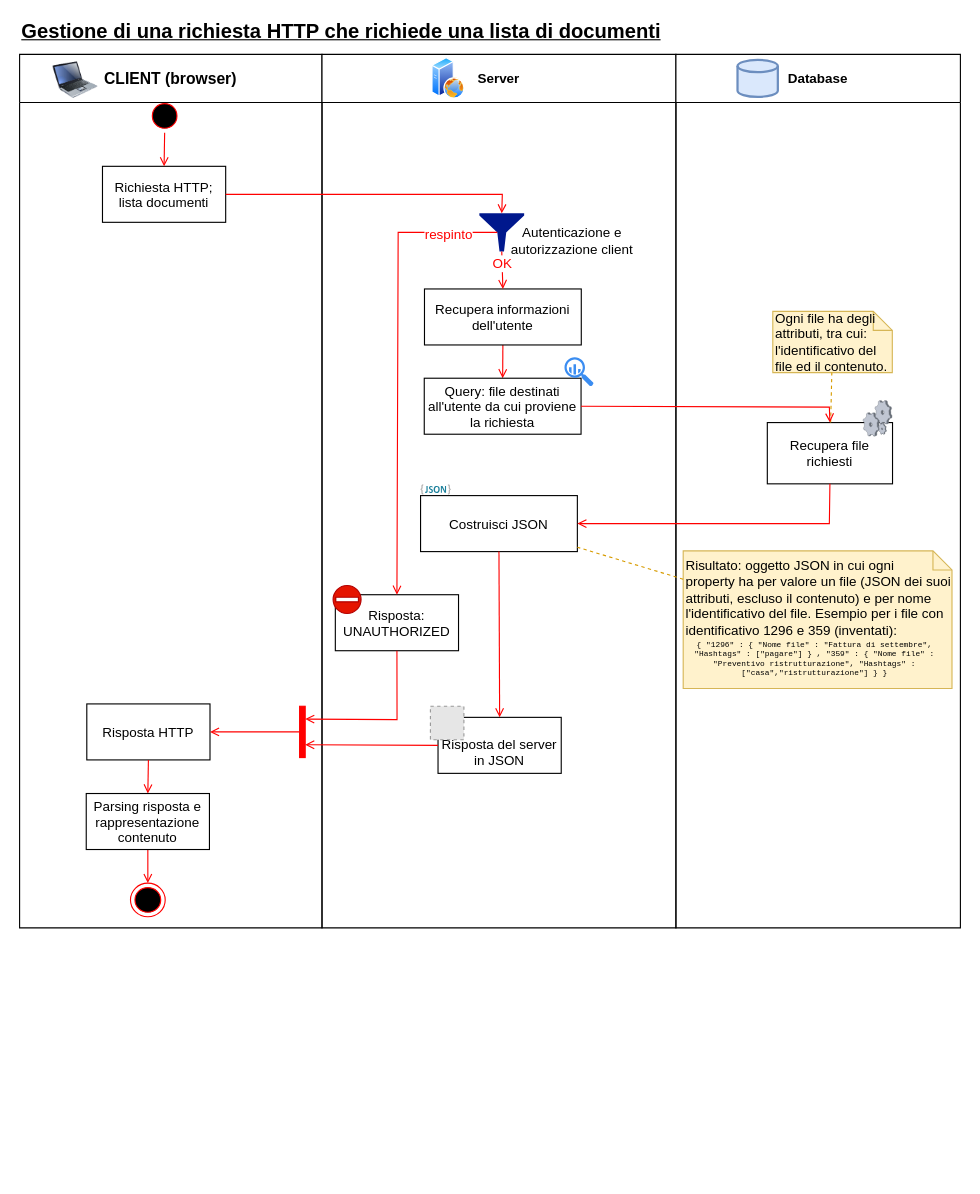
The draw.io diagram algoritmi schemi e note progettuali/algoritmi/RichiestaListaDocumenti.drawio in matteoferfoglia/progetto-progrweb-2020, before the edit. Source tidied: cells renumbered, new cells numbered last; positions are measured from the earlier drawing's top-left corner, leaving out a move shared by most shapes. Both pictures are drawn from the tidied source at 112%, with x=0, y=0 at pixel (19, 20). Pictures stored in the file or linked from it are replaced by grey dashed boxes.
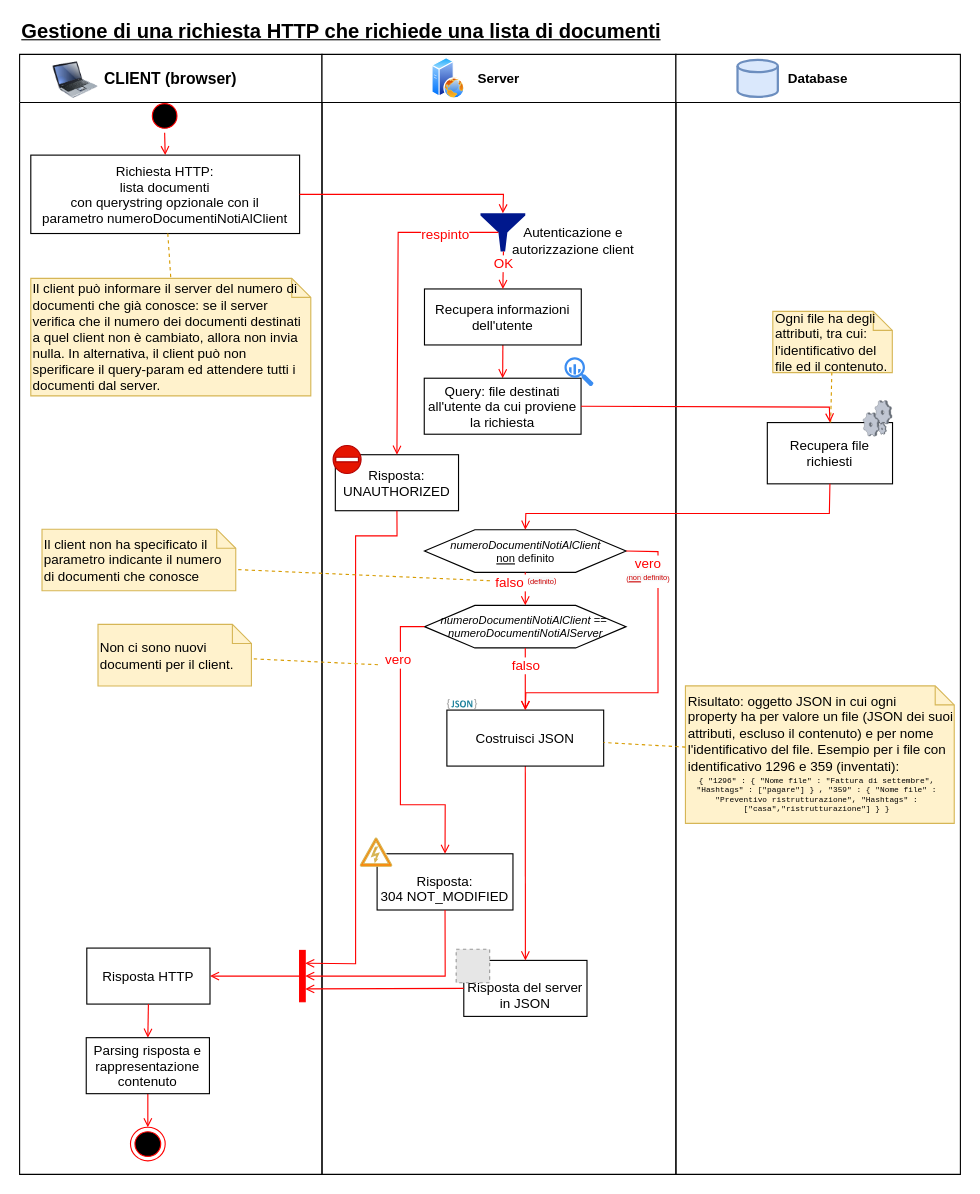
The same page after the edit.

Commit message (it also covers changes not shown here):
Ora l'algoritmo evita di inviare dei documenti se il client afferma di conoscerli già.

The change refers to these unchanged cells:
```xml
<mxCell id="23" style="shadow=0;dashed=0;html=1;strokeColor=none;labelPosition=center;verticalLabelPosition=bottom;verticalAlign=top;align=center;fillColor=#00188D;shape=mxgraph.mscae.enterprise.filter;fontSize=14;" parent="22" vertex="1">
  <mxGeometry width="40" height="34" as="geometry" />
</mxCell>
<mxCell id="29" value="Recupera informazioni&#10;dell'utente" parent="20" vertex="1">
  <mxGeometry x="91.5" y="209.5" width="140" height="50" as="geometry" />
</mxCell>
<mxCell id="36" value="Risposta:&#10;UNAUTHORIZED" parent="35" vertex="1">
  <mxGeometry x="2" y="8.2" width="110" height="50" as="geometry" />
</mxCell>
<mxCell id="42" style="edgeStyle=none;strokeColor=#FF0000;endArrow=open;endFill=1;rounded=0;exitX=0.4;exitY=0.5;exitDx=0;exitDy=0;exitPerimeter=0;entryX=0.5;entryY=0;entryDx=0;entryDy=0;" parent="20" edge="1" source="23" target="36">
  <mxGeometry relative="1" as="geometry">
    <Array as="points">
      <mxPoint x="68" y="159" />
    </Array>
  </mxGeometry>
</mxCell>
<mxCell id="49" value="Recupera file&#10;richiesti" parent="48" vertex="1">
  <mxGeometry x="0.5" y="19.8" width="111.8" height="54.7" as="geometry" />
</mxCell>
<mxCell id="54" value="Risultato: oggetto JSON in cui ogni&#10;property ha per valore un file (JSON dei suoi attributi, escluso il contenuto) e per nome l'identificativo del file. Esempio per i file con identificativo 1296 e 359 (inventati):" style="shape=note;whiteSpace=wrap;size=17;align=left;fillColor=#fff2cc;strokeColor=#d6b656;verticalAlign=top;" parent="53" vertex="1">
  <mxGeometry width="240" height="122.8" as="geometry" />
</mxCell>
```

What changed in the source:
```diff
@@
     <mxCell id="3" style="group;" parent="1" vertex="1">
-      <mxGeometry y="30" width="280" height="780" as="geometry" />
+      <mxGeometry y="30" width="280" height="1000" as="geometry" />
     </mxCell>
     <mxCell id="4" style="group;" parent="3" vertex="1">
-      <mxGeometry width="270" height="780" as="geometry" />
+      <mxGeometry width="270" height="1000" as="geometry" />
     </mxCell>
     <mxCell id="5" style="group;" parent="4" vertex="1">
-      <mxGeometry width="270" height="780" as="geometry" />
+      <mxGeometry width="270" height="1000" as="geometry" />
     </mxCell>
     <mxCell id="6" value="CLIENT (browser)" style="swimlane;whiteSpace=wrap;startSize=43;fontSize=14;" parent="5" vertex="1">
-      <mxGeometry width="270" height="780" as="geometry" />
+      <mxGeometry width="270" height="1000" as="geometry" />
     </mxCell>
@@
-    <mxCell id="8" value="Richiesta HTTP;&#10;lista documenti" parent="6" vertex="1">
-      <mxGeometry x="74" y="100" width="110" height="50" as="geometry" />
+    <mxCell id="8" value="Richiesta HTTP:&#10;lista documenti&#10;con querystring opzionale con il&#10;parametro numeroDocumentiNotiAlClient" parent="6" vertex="1">
+      <mxGeometry x="10" y="90" width="240" height="70" as="geometry" />
     </mxCell>
     <mxCell id="9" style="ellipse;shape=endState;fillColor=#000000;strokeColor=#ff0000;" parent="6" vertex="1">
-      <mxGeometry x="99" y="740" width="31" height="30" as="geometry" />
+      <mxGeometry x="99" y="958" width="31" height="30" as="geometry" />
     </mxCell>
     <mxCell id="10" style="whiteSpace=wrap;strokeColor=#FF0000;fillColor=#FF0000;direction=west;" parent="6" vertex="1">
-      <mxGeometry x="250" y="582.1" width="5" height="45.8" as="geometry" />
+      <mxGeometry x="250" y="800.1" width="5" height="45.8" as="geometry" />
     </mxCell>
@@
     <mxCell id="12" value="Risposta HTTP" parent="6" vertex="1">
-      <mxGeometry x="60" y="580" width="110" height="50" as="geometry" />
+      <mxGeometry x="60" y="798" width="110" height="50" as="geometry" />
     </mxCell>
@@
     <mxCell id="17" value="Parsing risposta e&#10;rappresentazione&#10;contenuto" parent="6" vertex="1">
-      <mxGeometry x="59.5" y="660" width="110" height="50" as="geometry" />
+      <mxGeometry x="59.5" y="878" width="110" height="50" as="geometry" />
     </mxCell>
+    <mxCell id="62" value="Il client può informare il server del numero di documenti che già conosce: se il server verifica che il numero dei documenti destinati a quel client non è cambiato, allora non invia nulla. In alternativa, il client può non sperificare il query-param ed attendere tutti i documenti dal server." style="shape=note;whiteSpace=wrap;size=17;align=left;fillColor=#fff2cc;strokeColor=#d6b656;" parent="6" vertex="1">
+      <mxGeometry x="10" y="200" width="250" height="105" as="geometry" />
+    </mxCell>
+    <mxCell id="63" style="endArrow=none;strokeColor=#d79b00;endFill=0;rounded=0;dashed=1;fillColor=#ffe6cc;fontStyle=1;entryX=0.5;entryY=0;entryDx=0;entryDy=0;entryPerimeter=0;" parent="6" edge="1" source="8" target="62">
+      <mxGeometry relative="1" as="geometry" />
+    </mxCell>
+    <mxCell id="64" value="Non ci sono nuovi documenti per il client." style="shape=note;whiteSpace=wrap;size=17;align=left;fillColor=#fff2cc;strokeColor=#d6b656;" parent="6" vertex="1">
+      <mxGeometry x="70" y="509" width="137" height="55" as="geometry" />
+    </mxCell>
+    <mxCell id="65" value="Il client non ha specificato il parametro indicante il numero di documenti che conosce" style="shape=note;whiteSpace=wrap;size=17;align=left;fillColor=#fff2cc;strokeColor=#d6b656;" parent="6" vertex="1">
+      <mxGeometry x="20" y="424" width="173" height="55" as="geometry" />
+    </mxCell>
     <mxCell id="18" style="group;" parent="1" vertex="1">
-      <mxGeometry x="270" y="30" width="570" height="781" as="geometry" />
+      <mxGeometry x="270" y="30" width="570" height="1000" as="geometry" />
     </mxCell>
     <mxCell id="19" style="group;verticalAlign=middle;" parent="18" vertex="1">
-      <mxGeometry width="316" height="780" as="geometry" />
+      <mxGeometry width="316" height="1000" as="geometry" />
     </mxCell>
     <mxCell id="20" value="Server" style="swimlane;whiteSpace=wrap;startSize=43;" parent="19" vertex="1">
-      <mxGeometry width="316" height="780" as="geometry" />
+      <mxGeometry width="316" height="1000" as="geometry" />
     </mxCell>
@@
     <mxCell id="22" style="group;" parent="20" vertex="1">
-      <mxGeometry x="140.5" y="142" width="140" height="35" as="geometry" />
+      <mxGeometry x="141.5" y="142" width="140" height="35" as="geometry" />
     </mxCell>
@@
-    <mxCell id="30" style="edgeStyle=none;strokeColor=#FF0000;endArrow=open;endFill=1;rounded=0;exitX=0.5;exitY=1;exitDx=0;exitDy=0;exitPerimeter=0;entryX=0.5;entryY=0;entryDx=0;entryDy=0;" parent="20" edge="1" source="23" target="29">
-      <mxGeometry relative="1" as="geometry" />
+    <mxCell id="30" style="edgeStyle=none;strokeColor=#FF0000;endArrow=open;endFill=1;rounded=0;entryX=0.5;entryY=0;entryDx=0;entryDy=0;" parent="20" edge="1" target="29">
+      <mxGeometry relative="1" as="geometry">
+        <mxPoint x="162" y="176" as="sourcePoint" />
+      </mxGeometry>
     </mxCell>
@@
-    <mxCell id="32" style="group;verticalAlign=bottom;labelPosition=center;verticalLabelPosition=top;align=center;" parent="20" vertex="1">
-      <mxGeometry x="88" y="384" width="140" height="60" as="geometry" />
-    </mxCell>
-    <mxCell id="33" value="Costruisci JSON" style="fontStyle=0;verticalAlign=middle;labelPosition=center;verticalLabelPosition=middle;align=center;spacing=2;spacingTop=0;" parent="32" vertex="1">
-      <mxGeometry y="10" width="140" height="50" as="geometry" />
-    </mxCell>
-    <mxCell id="34" style="dashed=0;html=1;align=center;labelPosition=center;verticalLabelPosition=bottom;verticalAlign=top;shape=mxgraph.weblogos.json_2;" parent="32" vertex="1">
-      <mxGeometry width="27" height="9" as="geometry" />
-    </mxCell>
     <mxCell id="35" style="group;" parent="20" vertex="1">
-      <mxGeometry x="9.9" y="474.3" width="114" height="59.7" as="geometry" />
+      <mxGeometry x="9.9" y="349.3" width="114" height="59.7" as="geometry" />
     </mxCell>
@@
     <mxCell id="38" style="group;spacingTop=6;" parent="20" vertex="1">
-      <mxGeometry x="101.6" y="583.2" width="113.8" height="63.5" as="geometry" />
+      <mxGeometry x="124.6" y="800.2" width="113.8" height="63.5" as="geometry" />
     </mxCell>
@@
     <mxCell id="43" value="&lt;font color=&quot;#ff0000&quot;&gt;respinto&lt;/font&gt;" style="text;html=1;align=center;verticalAlign=middle;labelBackgroundColor=#ffffff;" parent="42" vertex="1">
       <mxGeometry x="0.27" relative="1" as="geometry">
-        <mxPoint x="45" y="-172" as="offset" />
+        <mxPoint x="42.5" y="-92" as="offset" />
       </mxGeometry>
     </mxCell>
@@
+    <mxCell id="32" style="group;verticalAlign=bottom;labelPosition=center;verticalLabelPosition=top;align=center;" parent="20" vertex="1">
+      <mxGeometry x="111.5" y="575.5" width="140" height="60" as="geometry" />
+    </mxCell>
+    <mxCell id="33" value="Costruisci JSON" style="fontStyle=0;verticalAlign=middle;labelPosition=center;verticalLabelPosition=middle;align=center;spacing=2;spacingTop=0;" parent="32" vertex="1">
+      <mxGeometry y="10" width="140" height="50" as="geometry" />
+    </mxCell>
+    <mxCell id="34" style="dashed=0;html=1;align=center;labelPosition=center;verticalLabelPosition=bottom;verticalAlign=top;shape=mxgraph.weblogos.json_2;" parent="32" vertex="1">
+      <mxGeometry width="27" height="9" as="geometry" />
+    </mxCell>
+    <mxCell id="66" value="&lt;span style=&quot;font-family: &amp;#34;helvetica&amp;#34; ; font-size: 10px&quot;&gt;&lt;i style=&quot;font-size: 10px&quot;&gt;numeroDocumentiNotiAlClient&amp;nbsp;&lt;/i&gt;&lt;/span&gt;&lt;span style=&quot;font-family: &amp;#34;helvetica&amp;#34;&quot;&gt;==&amp;nbsp;&lt;/span&gt;&lt;span style=&quot;font-family: &amp;#34;helvetica&amp;#34; ; font-size: 10px&quot;&gt;&lt;i style=&quot;font-size: 10px&quot;&gt;&lt;br&gt;&lt;/i&gt;&lt;/span&gt;&lt;i style=&quot;font-family: &amp;#34;helvetica&amp;#34;&quot;&gt;numeroDocumentiNotiAlServer&lt;/i&gt;" style="shape=hexagon;perimeter=hexagonPerimeter2;whiteSpace=wrap;html=1;fontFamily=Times New Roman;fontSize=10;" parent="20" vertex="1">
+      <mxGeometry x="91.5" y="492" width="180" height="38" as="geometry" />
+    </mxCell>
+    <mxCell id="67" value="&lt;span style=&quot;font-family: helvetica; font-size: 10px;&quot;&gt;&lt;i style=&quot;font-size: 10px;&quot;&gt;numeroDocumentiNotiAlClient &lt;/i&gt;&lt;u style=&quot;font-size: 10px;&quot;&gt;non&lt;/u&gt;&amp;nbsp;definito&lt;/span&gt;" style="shape=hexagon;perimeter=hexagonPerimeter2;whiteSpace=wrap;html=1;fontFamily=Times New Roman;fontSize=10;" parent="20" vertex="1">
+      <mxGeometry x="91.5" y="424.5" width="180" height="38" as="geometry" />
+    </mxCell>
+    <mxCell id="68" style="edgeStyle=none;strokeColor=#FF0000;endArrow=open;endFill=1;rounded=0;exitX=0.5;exitY=1;exitDx=0;exitDy=0;entryX=0.5;entryY=0;entryDx=0;entryDy=0;" parent="20" edge="1" source="67" target="66">
+      <mxGeometry relative="1" as="geometry" />
+    </mxCell>
+    <mxCell id="69" value="&lt;font color=&quot;#ff0000&quot;&gt;falso&amp;nbsp;&lt;/font&gt;&lt;font color=&quot;#cc0000&quot; style=&quot;font-size: 8px&quot;&gt;&lt;sup&gt;(&lt;span style=&quot;font-family: &amp;#34;helvetica&amp;#34; ; white-space: normal ; background-color: rgb(248 , 249 , 250)&quot;&gt;definito&lt;/span&gt;)&lt;/sup&gt;&lt;/font&gt;" style="text;html=1;align=center;verticalAlign=middle;labelBackgroundColor=#ffffff;" parent="68" vertex="1">
+      <mxGeometry x="-0.36" relative="1" as="geometry" />
+    </mxCell>
+    <mxCell id="70" style="edgeStyle=none;strokeColor=#FF0000;endArrow=open;endFill=1;rounded=0;exitX=1;exitY=0.5;exitDx=0;exitDy=0;entryX=0.5;entryY=0;entryDx=0;entryDy=0;" parent="20" edge="1" source="67" target="33">
+      <mxGeometry relative="1" as="geometry">
+        <Array as="points">
+          <mxPoint x="300" y="444" />
+          <mxPoint x="300" y="570" />
+          <mxPoint x="182" y="570" />
+        </Array>
+      </mxGeometry>
+    </mxCell>
+    <mxCell id="71" value="&lt;font color=&quot;#ff0000&quot;&gt;vero&lt;/font&gt;&lt;br&gt;&lt;font color=&quot;#cc0000&quot; style=&quot;font-size: 8px&quot;&gt;&lt;sup&gt;(&lt;u style=&quot;font-family: &amp;#34;helvetica&amp;#34; ; white-space: normal ; background-color: rgb(248 , 249 , 250)&quot;&gt;non&lt;/u&gt;&lt;span style=&quot;font-family: &amp;#34;helvetica&amp;#34; ; white-space: normal ; background-color: rgb(248 , 249 , 250)&quot;&gt;&amp;nbsp;definito&lt;/span&gt;)&lt;/sup&gt;&lt;/font&gt;" style="text;html=1;align=center;verticalAlign=middle;labelBackgroundColor=#ffffff;" parent="70" vertex="1">
+      <mxGeometry x="-0.36" relative="1" as="geometry">
+        <mxPoint x="-10" y="-45.5" as="offset" />
+      </mxGeometry>
+    </mxCell>
+    <mxCell id="72" style="edgeStyle=none;strokeColor=#FF0000;endArrow=open;endFill=1;rounded=0;exitX=0.5;exitY=1;exitDx=0;exitDy=0;entryX=0.5;entryY=0;entryDx=0;entryDy=0;" parent="20" edge="1" source="66" target="33">
+      <mxGeometry relative="1" as="geometry" />
+    </mxCell>
+    <mxCell id="73" value="&lt;font color=&quot;#ff0000&quot;&gt;falso&lt;/font&gt;" style="text;html=1;align=center;verticalAlign=middle;labelBackgroundColor=#ffffff;" parent="72" vertex="1">
+      <mxGeometry x="-0.36" relative="1" as="geometry">
+        <mxPoint y="-3" as="offset" />
+      </mxGeometry>
+    </mxCell>
+    <mxCell id="74" style="group;spacingTop=6;" parent="20" vertex="1">
+      <mxGeometry x="25.5" y="700" width="145" height="64" as="geometry" />
+    </mxCell>
+    <mxCell id="75" style="group;" parent="74" vertex="1">
+      <mxGeometry width="145" height="64" as="geometry" />
+    </mxCell>
+    <mxCell id="76" style="group;" parent="75" vertex="1">
+      <mxGeometry x="8.1" y="1.3" width="136.9" height="62.7" as="geometry" />
+    </mxCell>
+    <mxCell id="77" value="Risposta:&#10;304 NOT_MODIFIED" style="spacingTop=12;" parent="76" vertex="1">
+      <mxGeometry x="15.6" y="12.5" width="121.3" height="50.2" as="geometry" />
+    </mxCell>
+    <mxCell id="78" style="group;" parent="76" vertex="1">
+      <mxGeometry y="-1.5" width="31.4" height="25.1" as="geometry" />
+    </mxCell>
+    <mxCell id="79" style="triangle;whiteSpace=wrap;html=1;labelBackgroundColor=#ffffff;strokeColor=none;fillColor=#FFFFFF;fontFamily=Times New Roman;fontSize=10;direction=north;" parent="78" vertex="1">
+      <mxGeometry width="30.9" height="25.1" as="geometry" />
+    </mxCell>
+    <mxCell id="80" style="shape=mxgraph.signs.safety.high_voltage_3;html=1;fillColor=#FF8000;strokeColor=#d6b656;verticalLabelPosition=bottom;verticalAlign=top;align=center;labelBackgroundColor=#ffffff;fontFamily=Times New Roman;fontSize=10;" parent="78" vertex="1">
+      <mxGeometry x="0.6" width="28.1" height="25.1" as="geometry" />
+    </mxCell>
+    <mxCell id="81" style="edgeStyle=none;strokeColor=#FF0000;endArrow=open;endFill=1;rounded=0;exitX=0;exitY=0.5;exitDx=0;exitDy=0;entryX=0.5;entryY=0;entryDx=0;entryDy=0;" parent="20" edge="1" source="66" target="77">
+      <mxGeometry relative="1" as="geometry">
+        <Array as="points">
+          <mxPoint x="70" y="511" />
+          <mxPoint x="70" y="670" />
+          <mxPoint x="110" y="670" />
+        </Array>
+      </mxGeometry>
+    </mxCell>
+    <mxCell id="82" value="&lt;font color=&quot;#ff0000&quot;&gt;vero&lt;/font&gt;" style="text;html=1;align=center;verticalAlign=middle;labelBackgroundColor=#ffffff;" parent="81" vertex="1">
+      <mxGeometry x="-0.36" relative="1" as="geometry">
+        <mxPoint x="-3" y="-34.5" as="offset" />
+      </mxGeometry>
+    </mxCell>
     <mxCell id="45" style="group;" parent="18" vertex="1">
-      <mxGeometry x="316" y="20" width="254" height="760" as="geometry" />
+      <mxGeometry x="316" y="20" width="254" height="980" as="geometry" />
     </mxCell>
     <mxCell id="46" value="Database" style="swimlane;whiteSpace=wrap;startSize=43;" parent="45" vertex="1">
-      <mxGeometry y="-20" width="254" height="780" as="geometry" />
+      <mxGeometry y="-20" width="254" height="1000" as="geometry" />
     </mxCell>
@@
     <mxCell id="53" style="group;" parent="46" vertex="1">
-      <mxGeometry x="6.5" y="443.4" width="240" height="122.8" as="geometry" />
+      <mxGeometry x="8.5" y="563.9" width="240" height="122.8" as="geometry" />
     </mxCell>
@@
+    <mxCell id="58" style="endArrow=none;strokeColor=#d79b00;endFill=0;rounded=0;dashed=1;fillColor=#ffe6cc;" parent="18" edge="1" source="54" target="33">
+      <mxGeometry relative="1" as="geometry" />
+    </mxCell>
-    <mxCell id="57" style="edgeStyle=none;strokeColor=#FF0000;endArrow=open;endFill=1;rounded=0;exitX=0.5;exitY=1;exitDx=0;exitDy=0;entryX=1;entryY=0.5;entryDx=0;entryDy=0;" parent="18" edge="1" source="49" target="33">
+    <mxCell id="57" style="edgeStyle=none;strokeColor=#FF0000;endArrow=open;endFill=1;rounded=0;exitX=0.5;exitY=1;exitDx=0;exitDy=0;entryX=0.5;entryY=0;entryDx=0;entryDy=0;" parent="18" edge="1" source="49" target="67">
       <mxGeometry relative="1" as="geometry">
         <Array as="points">
-          <mxPoint x="453" y="419" />
+          <mxPoint x="453" y="410" />
+          <mxPoint x="182" y="410" />
         </Array>
       </mxGeometry>
     </mxCell>
-    <mxCell id="58" style="endArrow=none;strokeColor=#d79b00;endFill=0;rounded=0;dashed=1;fillColor=#ffe6cc;" parent="18" edge="1" source="54" target="33">
-      <mxGeometry relative="1" as="geometry" />
-    </mxCell>
@@
     <mxCell id="60" style="edgeStyle=none;strokeColor=#FF0000;endArrow=open;endFill=1;rounded=0;exitX=0.5;exitY=1;exitDx=0;exitDy=0;entryX=0;entryY=0.75;entryDx=0;entryDy=0;" parent="1" edge="1" source="36" target="10">
       <mxGeometry relative="1" as="geometry">
         <Array as="points">
-          <mxPoint x="337" y="624" />
+          <mxPoint x="337" y="460" />
+          <mxPoint x="300" y="460" />
+          <mxPoint x="300" y="842" />
         </Array>
       </mxGeometry>
     </mxCell>
     <mxCell id="61" style="edgeStyle=none;strokeColor=#FF0000;endArrow=open;endFill=1;rounded=0;exitX=1;exitY=0.5;exitDx=0;exitDy=0;entryX=0.5;entryY=0;entryDx=0;entryDy=0;entryPerimeter=0;" parent="1" edge="1" source="8" target="23">
       <mxGeometry relative="1" as="geometry">
         <Array as="points">
-          <mxPoint x="431" y="155" />
+          <mxPoint x="432" y="155" />
         </Array>
       </mxGeometry>
     </mxCell>
+    <mxCell id="83" style="endArrow=none;strokeColor=#d79b00;endFill=0;rounded=0;dashed=1;fillColor=#ffe6cc;entryX=0;entryY=0;entryDx=173;entryDy=36;entryPerimeter=0;" parent="1" edge="1" target="65">
+      <mxGeometry relative="1" as="geometry">
+        <mxPoint x="420" y="500" as="sourcePoint" />
+      </mxGeometry>
+    </mxCell>
+    <mxCell id="84" style="endArrow=none;strokeColor=#d79b00;endFill=0;rounded=0;dashed=1;fillColor=#ffe6cc;" parent="1" edge="1" target="64">
+      <mxGeometry relative="1" as="geometry">
+        <mxPoint x="320" y="575" as="sourcePoint" />
+      </mxGeometry>
+    </mxCell>
+    <mxCell id="85" style="edgeStyle=none;strokeColor=#FF0000;endArrow=open;endFill=1;rounded=0;exitX=0.5;exitY=1;exitDx=0;exitDy=0;entryX=0;entryY=0.5;entryDx=0;entryDy=0;" parent="1" edge="1" source="77" target="10">
+      <mxGeometry relative="1" as="geometry">
+        <Array as="points">
+          <mxPoint x="380" y="853" />
+        </Array>
+      </mxGeometry>
+    </mxCell>
```
